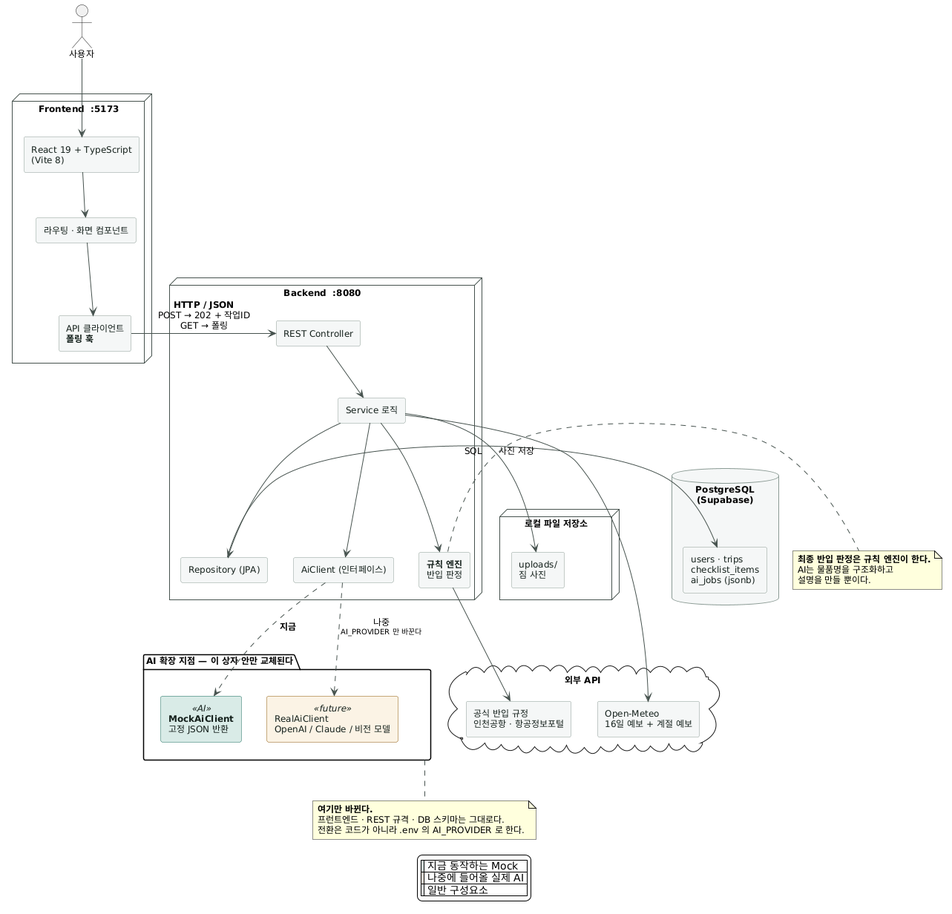
Before: docs/images/04-architecture.png, a diagram exported from PlantUML (SangMyeong5426/skala-mini-ai-web-service).
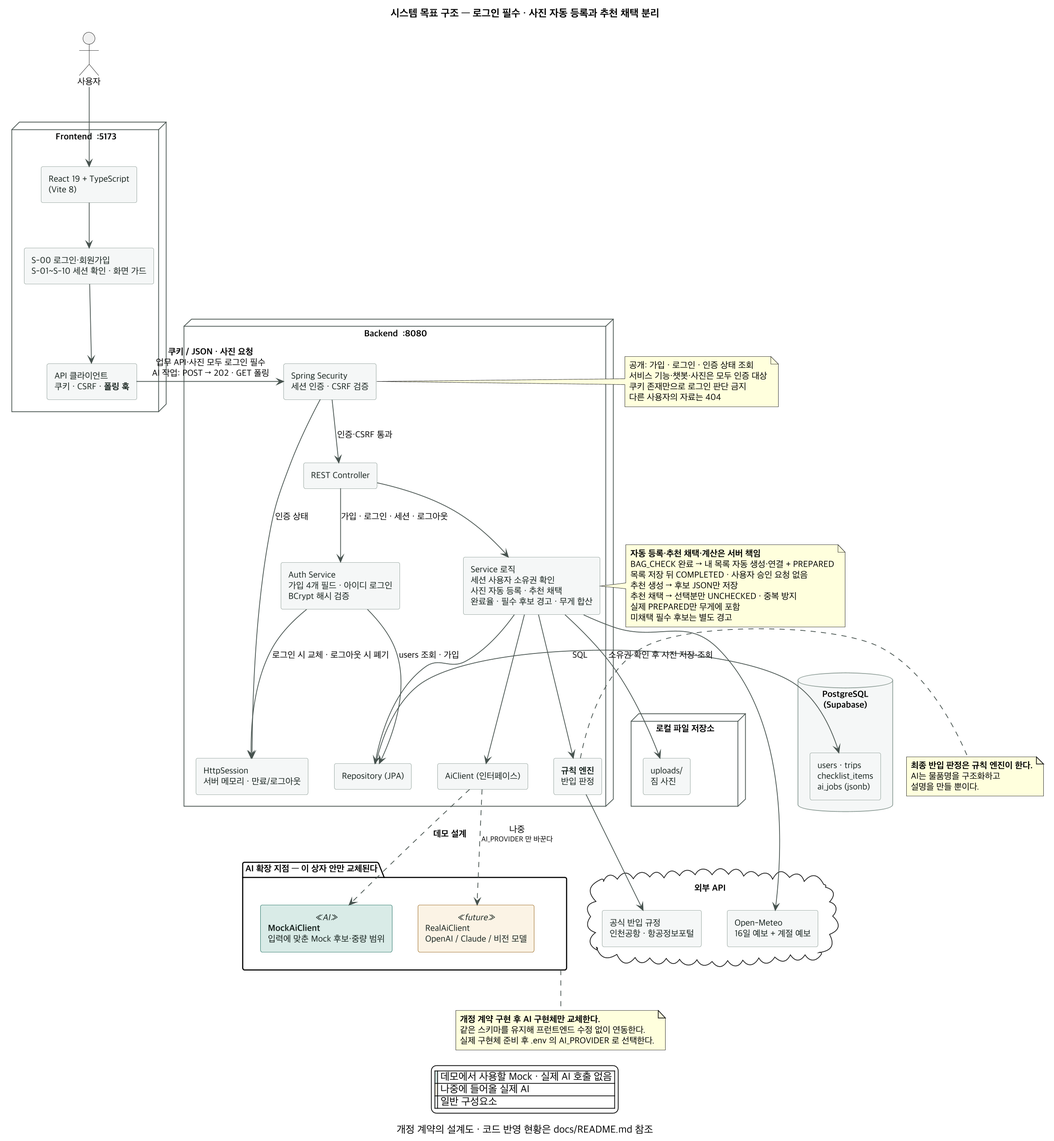
Above is the later version.

What changed in the source:
```diff
@@ -1,11 +1,14 @@
-@startuml
+@startuml 04-architecture
 
 skinparam backgroundColor #FFFFFF
+skinparam dpi 160
 skinparam shadowing false
 skinparam defaultFontName "Apple SD Gothic Neo"
 skinparam defaultFontSize 12
 skinparam ArrowColor #46524E
 skinparam componentStyle rectangle
+title 시스템 목표 구조 — 로그인 필수 · 사진 자동 등록과 추천 채택 분리
+caption 개정 계약의 설계도 · 코드 반영 현황은 docs/README.md 참조
 
 skinparam component {
   BackgroundColor #F5F7F6
@@ -29,20 +32,23 @@
 
 node "Frontend  :5173" as FE {
   component "React 19 + TypeScript\n(Vite 8)" as FEAPP
-  component "라우팅 · 화면 컴포넌트" as FEUI
-  component "API 클라이언트\n**폴링 훅**" as FEAPI
+  component "S-00 로그인·회원가입\nS-01~S-10 세션 확인 · 화면 가드" as FEUI
+  component "API 클라이언트\n쿠키 · CSRF · **폴링 훅**" as FEAPI
 }
 
 node "Backend  :8080" as BE {
+  component "Spring Security\n세션 인증 · CSRF 검증" as SECURITY
+  component "HttpSession\n서버 메모리 · 만료/로그아웃" as SESSION
   component "REST Controller" as CTRL
-  component "Service 로직" as SVC
+  component "Auth Service\n가입 4개 필드 · 아이디 로그인\nBCrypt 해시 검증" as AUTH
+  component "Service 로직\n세션 사용자 소유권 확인\n사진 자동 등록 · 추천 채택\n완료율 · 필수 후보 경고 · 무게 합산" as SVC
   component "Repository (JPA)" as REPO
   component "**규칙 엔진**\n반입 판정" as RULE
   component "AiClient (인터페이스)" as IFACE
 }
 
 package "AI 확장 지점 — 이 상자 안만 교체된다" as AIBOX #FEFEFE {
-  component "**MockAiClient**\n고정 JSON 반환" as MOCK <<AI>>
+  component "**MockAiClient**\n입력에 맞춘 Mock 후보·중량 범위" as MOCK <<AI>>
   component "RealAiClient\nOpenAI / Claude / 비전 모델" as REAL <<future>>
 }
 
@@ -63,24 +69,46 @@
 FEAPP --> FEUI
 FEUI --> FEAPI
 
-FEAPI -right-> CTRL : **HTTP / JSON**\nPOST → 202 + 작업ID\nGET → 폴링
+FEAPI -right-> SECURITY : **쿠키 / JSON · 사진 요청**\n업무 API·사진 모두 로그인 필수\nAI 작업: POST → 202 · GET 폴링
+SECURITY --> CTRL : 인증·CSRF 통과
+SECURITY --> SESSION : 인증 상태
+CTRL --> AUTH : 가입 · 로그인 · 세션 · 로그아웃
+AUTH --> REPO : users 조회 · 가입
+AUTH --> SESSION : 로그인 시 교체 · 로그아웃 시 폐기
 CTRL --> SVC
 SVC --> REPO
 SVC --> RULE
 SVC --> IFACE
 REPO -right-> TABLES : SQL
-SVC --> UP : 사진 저장
+SVC --> UP : 소유권 확인 후 사진 저장·조회
 
-IFACE ..> MOCK : **지금**
+IFACE ..> MOCK : **데모 설계**
 IFACE ..> REAL : 나중\n<size:10>AI_PROVIDER 만 바꾼다</size>
 
 SVC --> WEATHER
 RULE --> RULES
 
 note bottom of AIBOX
-  **여기만 바뀐다.**
-  프런트엔드 · REST 규격 · DB 스키마는 그대로다.
-  전환은 코드가 아니라 .env 의 AI_PROVIDER 로 한다.
+  **개정 계약 구현 후 AI 구현체만 교체한다.**
+  같은 스키마를 유지해 프런트엔드 수정 없이 연동한다.
+  실제 구현체 준비 후 .env 의 AI_PROVIDER 로 선택한다.
+end note
+
+note left of SVC
+  **자동 등록·추천 채택·계산은 서버 책임**
+  BAG_CHECK 완료 → 내 목록 자동 생성·연결 + PREPARED
+  목록 저장 뒤 COMPLETED · 사용자 승인 요청 없음
+  추천 생성 → 후보 JSON만 저장
+  추천 채택 → 선택분만 UNCHECKED · 중복 방지
+  실제 PREPARED만 무게에 포함
+  미채택 필수 후보는 별도 경고
+end note
+
+note right of SECURITY
+  공개: 가입 · 로그인 · 인증 상태 조회
+  서비스 기능·챗봇·사진은 모두 인증 대상
+  쿠키 존재만으로 로그인 판단 금지
+  다른 사용자의 자료는 404
 end note
 
 note right of RULE
@@ -90,8 +118,9 @@
 end note
 
 legend bottom
-  |<#D9EAE6>| 지금 동작하는 Mock |
+  |<#D9EAE6>| 데모에서 사용할 Mock · 실제 AI 호출 없음 |
   |<#FBF3E4>| 나중에 들어올 실제 AI |
   |<#F5F7F6>| 일반 구성요소 |
 endlegend
+
 @enduml
```
